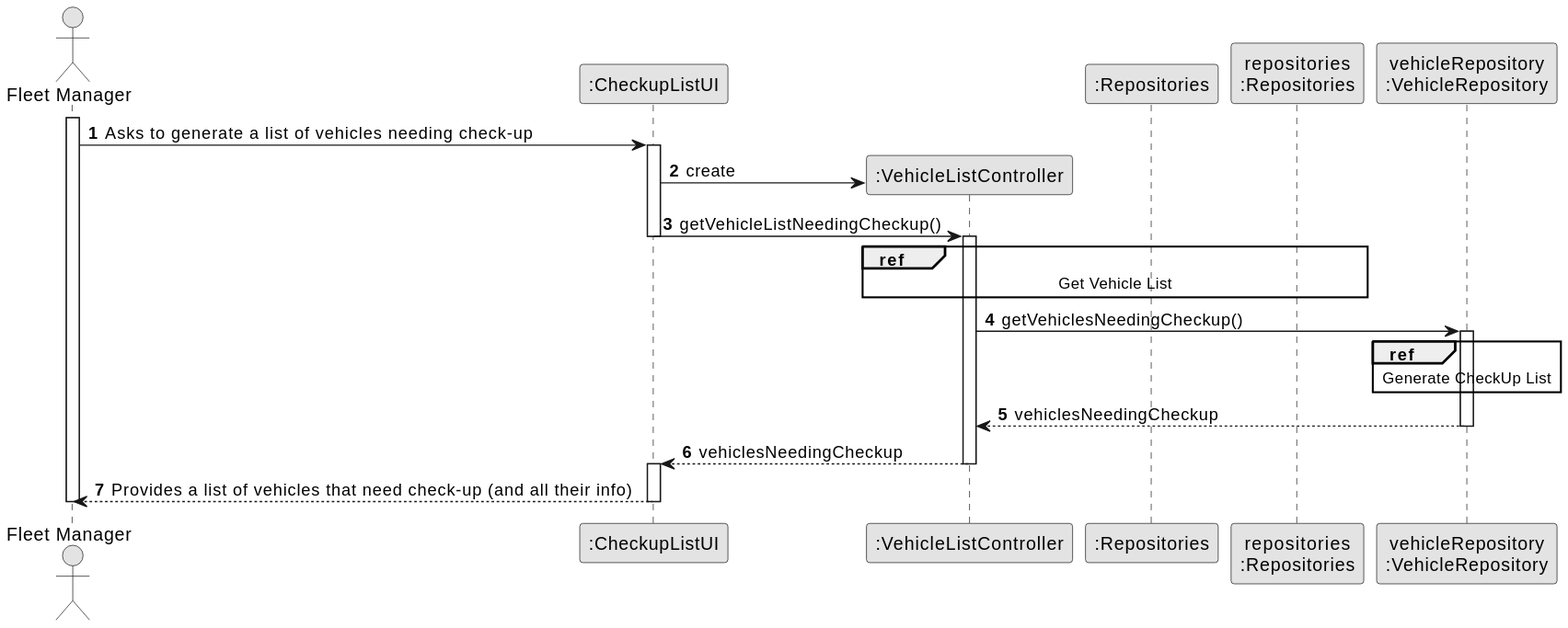
Above: docs/sprintB/us008/03.design/svg/us008-sequence-diagram-split.svg in SAEmanuel/Green_Spaces_Management_ISEP (PlantUML), before the change. Source of this version:
```plantuml
@startuml
skinparam monochrome true
skinparam packageStyle rectangle
skinparam shadowing false

autonumber

actor "Fleet Manager" as FM

participant ":CheckupListUI" as UI
participant ":VehicleListController" as CTRL
participant ":Repositories" as RepositorySingleton
participant "repositories\n:Repositories" as PLAT
participant "vehicleRepository\n:VehicleRepository" as vehicleRepository

activate FM

FM -> UI : Asks to generate a list of vehicles needing check-up
activate UI

UI -> CTRL** : create

UI -> CTRL : getVehicleListNeedingCheckup()

deactivate UI

activate CTRL




ref over CTRL, RepositorySingleton, PLAT : Get Vehicle List

CTRL -> vehicleRepository : getVehiclesNeedingCheckup()

 activate vehicleRepository
    ref over vehicleRepository : Generate CheckUp List





vehicleRepository --> CTRL : vehiclesNeedingCheckup
deactivate vehicleRepository

CTRL --> UI : vehiclesNeedingCheckup
deactivate CTRL
activate UI
UI --> FM : Provides a list of vehicles that need check-up (and all their info)
deactivate UI
deactivate FM
@enduml
```
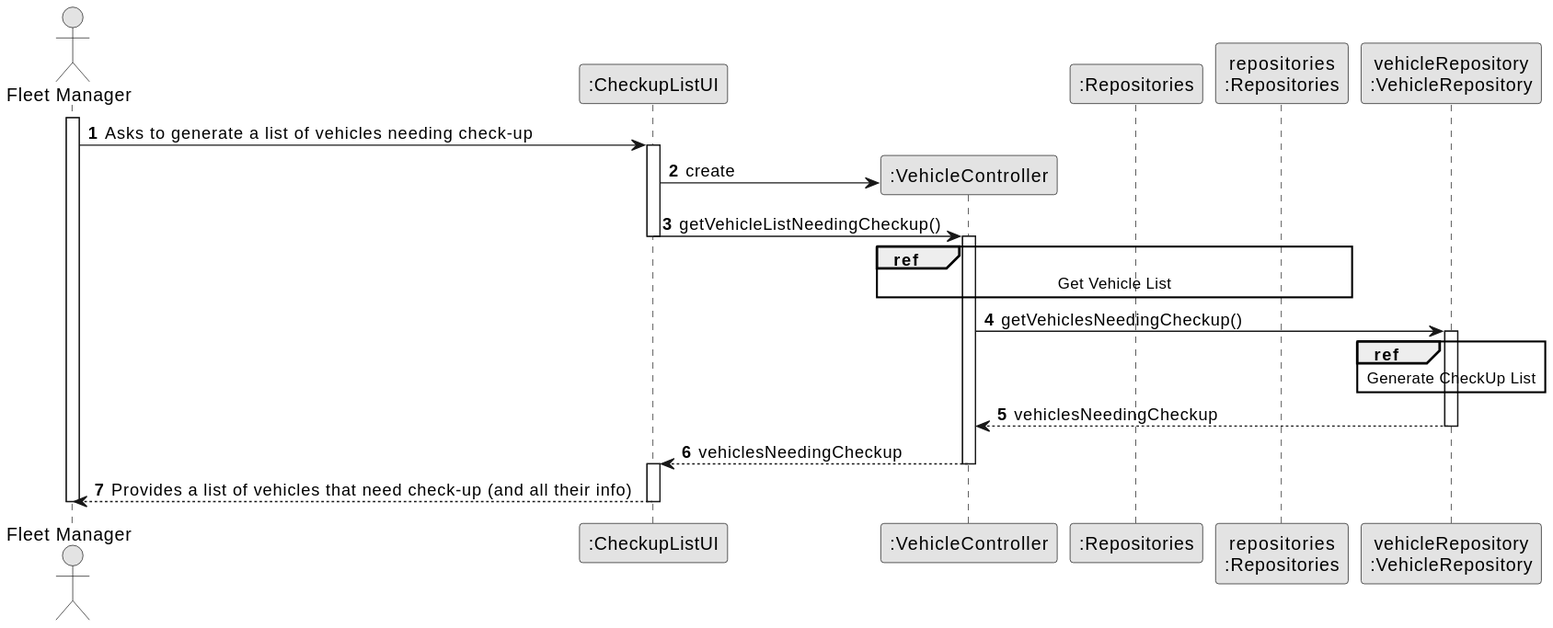
After the change.

Diff of the diagram source:
```diff
@@ -8,7 +8,7 @@
 actor "Fleet Manager" as FM
 
 participant ":CheckupListUI" as UI
-participant ":VehicleListController" as CTRL
+participant ":VehicleController" as CTRL
 participant ":Repositories" as RepositorySingleton
 participant "repositories\n:Repositories" as PLAT
 participant "vehicleRepository\n:VehicleRepository" as vehicleRepository
```
